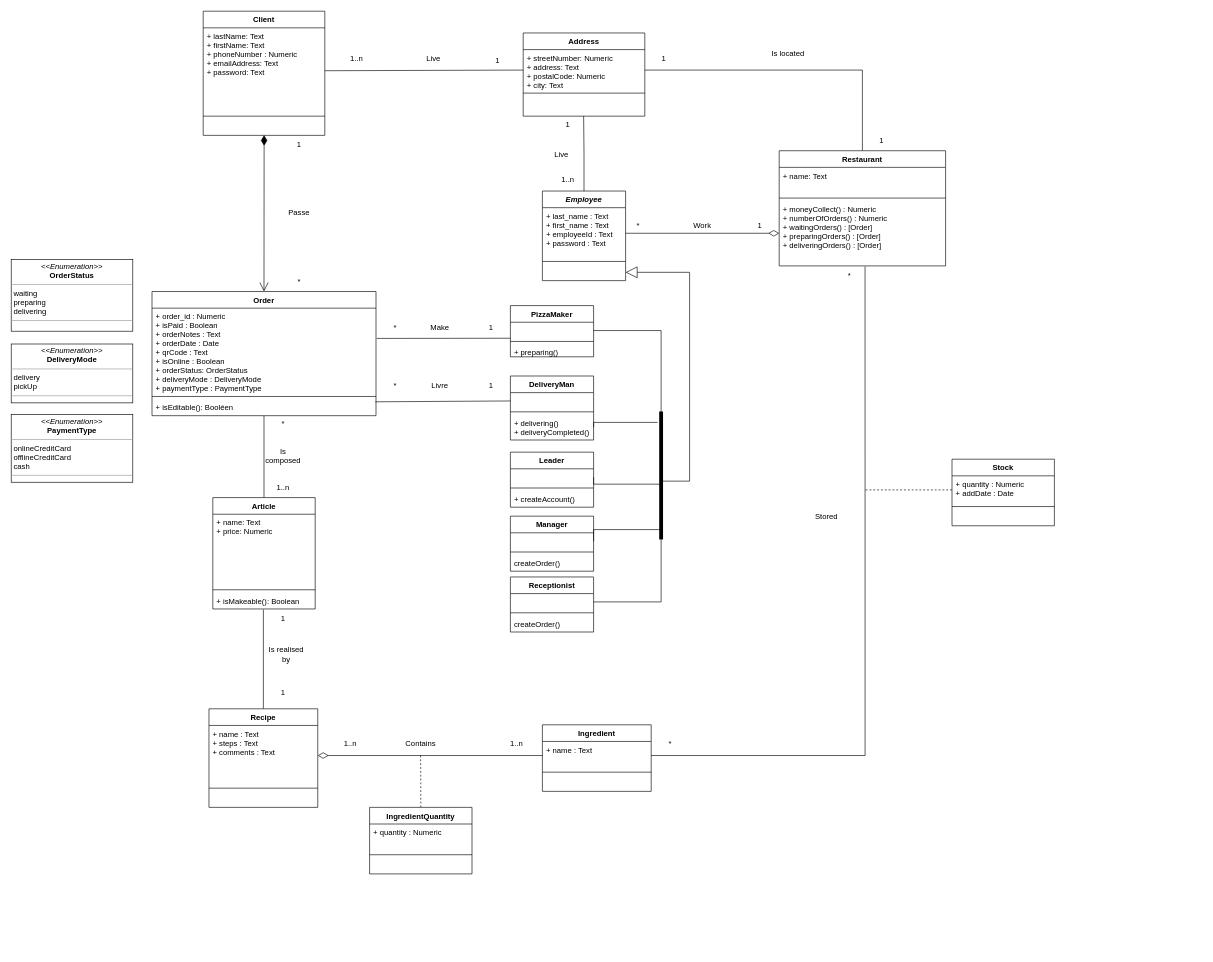
Above: horn_mickael_1_diagramme_de_classe_062022.drawio in MickaeliOS/oc_pizza_7 (draw.io), before the change. Source tidied: cells renumbered, new cells numbered last; positions are measured from the earlier drawing's top-left corner, leaving out a move shared by most shapes. Both pictures are drawn from the tidied source at 64%, with x=0, y=0 at pixel (11, 11).
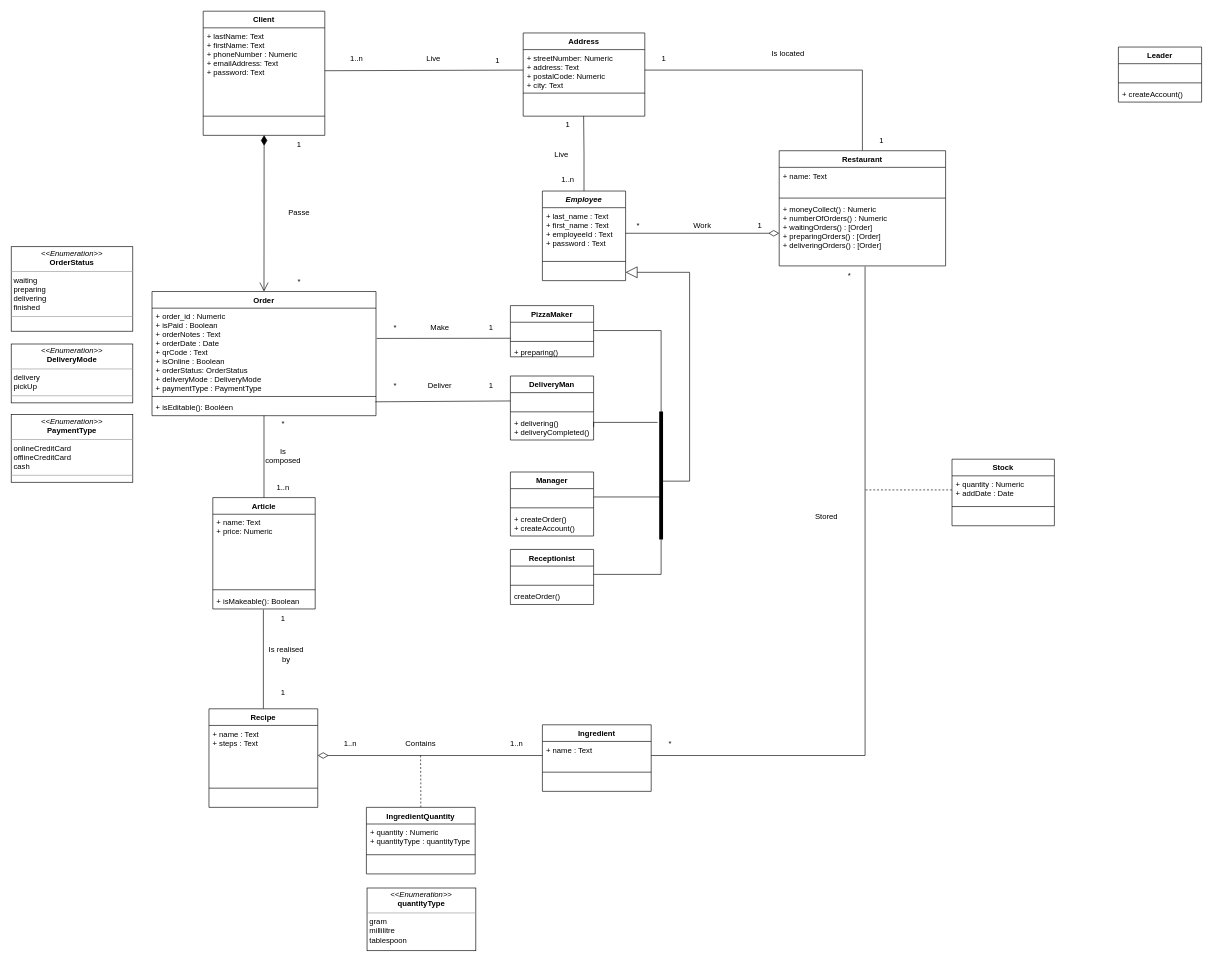
After the change.

Unchanged cells that the change refers to:
```xml
<mxCell id="37" value=" " style="text;strokeColor=none;fillColor=none;align=left;verticalAlign=top;spacingLeft=4;spacingRight=4;overflow=hidden;points=[[0,0.5],[1,0.5]];portConstraint=eastwest;" parent="36" vertex="1">
  <mxGeometry y="26" width="130" height="26" as="geometry" />
</mxCell>
<mxCell id="45" value="Recipe" style="swimlane;fontStyle=1;align=center;verticalAlign=top;horizontal=1;startSize=26;" parent="1" vertex="1">
  <mxGeometry x="309" y="1090" width="170" height="154" as="geometry" />
</mxCell>
<mxCell id="80" style="shape=line;html=1;strokeWidth=6;strokeColor=#000000;direction=north;" parent="1" vertex="1">
  <mxGeometry x="1000" y="625.5" width="31" height="200" as="geometry" />
</mxCell>
```

What changed in the source:
```diff
@@
     <mxCell id="28" value="Receptionist" style="swimlane;fontStyle=1;align=center;verticalAlign=top;horizontal=1;startSize=26;" parent="1" vertex="1">
-      <mxGeometry x="780" y="884" width="130" height="86" as="geometry" />
+      <mxGeometry x="780" y="841" width="130" height="86" as="geometry" />
     </mxCell>
@@
     <mxCell id="36" value="Manager" style="swimlane;fontStyle=1;align=center;verticalAlign=top;horizontal=1;startSize=26;" parent="1" vertex="1">
-      <mxGeometry x="780" y="789" width="130" height="86" as="geometry" />
+      <mxGeometry x="780" y="720" width="130" height="100" as="geometry" />
     </mxCell>
@@
-    <mxCell id="39" value="createOrder()" style="text;strokeColor=none;fillColor=none;align=left;verticalAlign=top;spacingLeft=4;spacingRight=4;overflow=hidden;" parent="36" vertex="1">
-      <mxGeometry y="60" width="130" height="26" as="geometry" />
+    <mxCell id="39" value="+ createOrder()&#10;+ createAccount()" style="text;strokeColor=none;fillColor=none;align=left;verticalAlign=top;spacingLeft=4;spacingRight=4;overflow=hidden;" parent="36" vertex="1">
+      <mxGeometry y="60" width="130" height="40" as="geometry" />
     </mxCell>
-    <mxCell id="40" value="Leader" style="swimlane;fontStyle=1;align=center;verticalAlign=top;horizontal=1;startSize=26;" parent="1" vertex="1">
-      <mxGeometry x="780" y="689" width="130" height="86" as="geometry" />
-    </mxCell>
-    <mxCell id="41" value=" " style="text;strokeColor=none;fillColor=none;align=left;verticalAlign=top;spacingLeft=4;spacingRight=4;overflow=hidden;points=[[0,0.5],[1,0.5]];portConstraint=eastwest;" parent="40" vertex="1">
-      <mxGeometry y="26" width="130" height="26" as="geometry" />
-    </mxCell>
-    <mxCell id="42" style="line;strokeWidth=1;fillColor=none;align=left;verticalAlign=middle;spacingTop=-1;spacingLeft=3;spacingRight=3;labelPosition=right;" parent="40" vertex="1">
-      <mxGeometry y="52" width="130" height="8" as="geometry" />
-    </mxCell>
-    <mxCell id="43" value="+ createAccount()" style="text;strokeColor=none;fillColor=none;align=left;verticalAlign=top;spacingLeft=4;spacingRight=4;overflow=hidden;" parent="40" vertex="1">
-      <mxGeometry y="60" width="130" height="26" as="geometry" />
-    </mxCell>
@@
-    <mxCell id="46" value="+ name : Text&#10;+ steps : Text&#10;+ comments : Text" style="text;strokeColor=none;fillColor=none;align=left;verticalAlign=top;spacingLeft=4;spacingRight=4;overflow=hidden;points=[[0,0.5],[1,0.5]];portConstraint=eastwest;" parent="45" vertex="1">
+    <mxCell id="46" value="+ name : Text&#10;+ steps : Text" style="text;strokeColor=none;fillColor=none;align=left;verticalAlign=top;spacingLeft=4;spacingRight=4;overflow=hidden;points=[[0,0.5],[1,0.5]];portConstraint=eastwest;" parent="45" vertex="1">
       <mxGeometry y="26" width="170" height="94" as="geometry" />
     </mxCell>
@@
-    <mxCell id="84" style="edgeStyle=orthogonalEdgeStyle;rounded=0;jumpSize=6;jettySize=auto;html=1;exitX=1;exitY=0.5;exitDx=0;exitDy=0;entryX=0.386;entryY=0.524;entryDx=0;entryDy=0;entryPerimeter=0;endArrow=none;endFill=0;strokeWidth=1;" parent="1" edge="1" source="41" target="80">
-      <mxGeometry relative="1" as="geometry">
-        <Array as="points">
-          <mxPoint x="1016" y="739" />
-        </Array>
-      </mxGeometry>
-    </mxCell>
@@
     <mxCell id="86" style="edgeStyle=orthogonalEdgeStyle;rounded=0;jumpSize=6;jettySize=auto;html=1;exitX=1;exitY=0.5;exitDx=0;exitDy=0;entryX=0.086;entryY=0.486;entryDx=0;entryDy=0;entryPerimeter=0;endArrow=none;endFill=0;strokeWidth=1;" parent="1" edge="1" source="37" target="80">
       <mxGeometry relative="1" as="geometry">
         <Array as="points">
-          <mxPoint x="910" y="810" />
-          <mxPoint x="1015" y="810" />
+          <mxPoint x="1015" y="759" />
         </Array>
       </mxGeometry>
     </mxCell>
@@
-    <mxCell id="94" value="Livre" style="text;html=1;strokeColor=none;fillColor=none;align=center;verticalAlign=middle;whiteSpace=wrap;rounded=0;" parent="1" vertex="1">
+    <mxCell id="94" value="Deliver" style="text;html=1;strokeColor=none;fillColor=none;align=center;verticalAlign=middle;whiteSpace=wrap;rounded=0;" parent="1" vertex="1">
       <mxGeometry x="640" y="570" width="60" height="30" as="geometry" />
     </mxCell>
@@
     <mxCell id="107" value="IngredientQuantity" style="swimlane;fontStyle=1;align=center;verticalAlign=top;horizontal=1;startSize=26;" parent="1" vertex="1">
-      <mxGeometry x="560" y="1244" width="160" height="104" as="geometry" />
+      <mxGeometry x="555" y="1244" width="170" height="104" as="geometry" />
     </mxCell>
-    <mxCell id="108" value="+ quantity : Numeric" style="text;strokeColor=none;fillColor=none;align=left;verticalAlign=top;spacingLeft=4;spacingRight=4;overflow=hidden;" parent="107" vertex="1">
-      <mxGeometry y="26" width="160" height="44" as="geometry" />
+    <mxCell id="108" value="+ quantity : Numeric&#10;+ quantityType : quantityType" style="text;strokeColor=none;fillColor=none;align=left;verticalAlign=top;spacingLeft=4;spacingRight=4;overflow=hidden;" parent="107" vertex="1">
+      <mxGeometry y="26" width="170" height="44" as="geometry" />
     </mxCell>
     <mxCell id="109" style="line;strokeWidth=1;fillColor=none;align=left;verticalAlign=middle;spacingTop=-1;spacingLeft=3;spacingRight=3;labelPosition=right;" parent="107" vertex="1">
-      <mxGeometry y="70" width="160" height="8" as="geometry" />
+      <mxGeometry y="70" width="170" height="8" as="geometry" />
     </mxCell>
     <mxCell id="110" value=" " style="text;strokeColor=none;fillColor=none;align=left;verticalAlign=top;spacingLeft=4;spacingRight=4;overflow=hidden;" parent="107" vertex="1">
-      <mxGeometry y="78" width="160" height="26" as="geometry" />
+      <mxGeometry y="78" width="170" height="26" as="geometry" />
     </mxCell>
@@
-    <mxCell id="112" value="&lt;p style=&quot;margin:0px;margin-top:4px;text-align:center;&quot;&gt;&lt;i&gt;&amp;lt;&amp;lt;Enumeration&amp;gt;&amp;gt;&lt;/i&gt;&lt;br&gt;&lt;b&gt;OrderStatus&lt;/b&gt;&lt;/p&gt;&lt;hr size=&quot;1&quot;&gt;&lt;p style=&quot;margin:0px;margin-left:4px;&quot;&gt;waiting&lt;/p&gt;&lt;p style=&quot;margin:0px;margin-left:4px;&quot;&gt;preparing&lt;/p&gt;&lt;p style=&quot;margin:0px;margin-left:4px;&quot;&gt;delivering&lt;/p&gt;&lt;hr size=&quot;1&quot;&gt;&lt;p style=&quot;margin:0px;margin-left:4px;&quot;&gt;&lt;br&gt;&lt;/p&gt;" style="verticalAlign=top;align=left;overflow=fill;fontSize=12;fontFamily=Helvetica;html=1;strokeColor=#000000;" parent="1" vertex="1">
-      <mxGeometry y="388" width="190" height="112" as="geometry" />
+    <mxCell id="112" value="&lt;p style=&quot;margin:0px;margin-top:4px;text-align:center;&quot;&gt;&lt;i&gt;&amp;lt;&amp;lt;Enumeration&amp;gt;&amp;gt;&lt;/i&gt;&lt;br&gt;&lt;b&gt;OrderStatus&lt;/b&gt;&lt;/p&gt;&lt;hr size=&quot;1&quot;&gt;&lt;p style=&quot;margin:0px;margin-left:4px;&quot;&gt;waiting&lt;/p&gt;&lt;p style=&quot;margin:0px;margin-left:4px;&quot;&gt;preparing&lt;/p&gt;&lt;p style=&quot;margin:0px;margin-left:4px;&quot;&gt;delivering&lt;/p&gt;&lt;p style=&quot;margin:0px;margin-left:4px;&quot;&gt;finished&lt;/p&gt;&lt;hr size=&quot;1&quot;&gt;&lt;p style=&quot;margin:0px;margin-left:4px;&quot;&gt;&lt;br&gt;&lt;/p&gt;" style="verticalAlign=top;align=left;overflow=fill;fontSize=12;fontFamily=Helvetica;html=1;strokeColor=#000000;" parent="1" vertex="1">
+      <mxGeometry y="368" width="190" height="132" as="geometry" />
     </mxCell>
@@
+    <mxCell id="40" value="Leader" style="swimlane;fontStyle=1;align=center;verticalAlign=top;horizontal=1;startSize=26;" parent="1" vertex="1">
+      <mxGeometry x="1730" y="56" width="130" height="86" as="geometry" />
+    </mxCell>
+    <mxCell id="41" value=" " style="text;strokeColor=none;fillColor=none;align=left;verticalAlign=top;spacingLeft=4;spacingRight=4;overflow=hidden;points=[[0,0.5],[1,0.5]];portConstraint=eastwest;" parent="40" vertex="1">
+      <mxGeometry y="26" width="130" height="26" as="geometry" />
+    </mxCell>
+    <mxCell id="42" style="line;strokeWidth=1;fillColor=none;align=left;verticalAlign=middle;spacingTop=-1;spacingLeft=3;spacingRight=3;labelPosition=right;" parent="40" vertex="1">
+      <mxGeometry y="52" width="130" height="8" as="geometry" />
+    </mxCell>
+    <mxCell id="43" value="+ createAccount()" style="text;strokeColor=none;fillColor=none;align=left;verticalAlign=top;spacingLeft=4;spacingRight=4;overflow=hidden;" parent="40" vertex="1">
+      <mxGeometry y="60" width="130" height="26" as="geometry" />
+    </mxCell>
+    <mxCell id="118" value="&lt;p style=&quot;margin:0px;margin-top:4px;text-align:center;&quot;&gt;&lt;i&gt;&amp;lt;&amp;lt;Enumeration&amp;gt;&amp;gt;&lt;/i&gt;&lt;br&gt;&lt;b&gt;quantityType&lt;/b&gt;&lt;/p&gt;&lt;hr size=&quot;1&quot;&gt;&lt;p style=&quot;margin:0px;margin-left:4px;&quot;&gt;gram&lt;/p&gt;&lt;p style=&quot;margin:0px;margin-left:4px;&quot;&gt;millilitre&lt;/p&gt;&lt;p style=&quot;margin:0px;margin-left:4px;&quot;&gt;tablespoon&lt;/p&gt;&lt;p style=&quot;margin:0px;margin-left:4px;&quot;&gt;&lt;br&gt;&lt;/p&gt;&lt;p style=&quot;margin:0px;margin-left:4px;&quot;&gt;&lt;br&gt;&lt;/p&gt;&lt;p style=&quot;margin:0px;margin-left:4px;&quot;&gt;&lt;br&gt;&lt;/p&gt;&lt;hr size=&quot;1&quot;&gt;&lt;p style=&quot;margin:0px;margin-left:4px;&quot;&gt;&lt;br&gt;&lt;/p&gt;" style="verticalAlign=top;align=left;overflow=fill;fontSize=12;fontFamily=Helvetica;html=1;strokeColor=#000000;" parent="1" vertex="1">
+      <mxGeometry x="556" y="1370" width="170" height="98" as="geometry" />
+    </mxCell>
```
